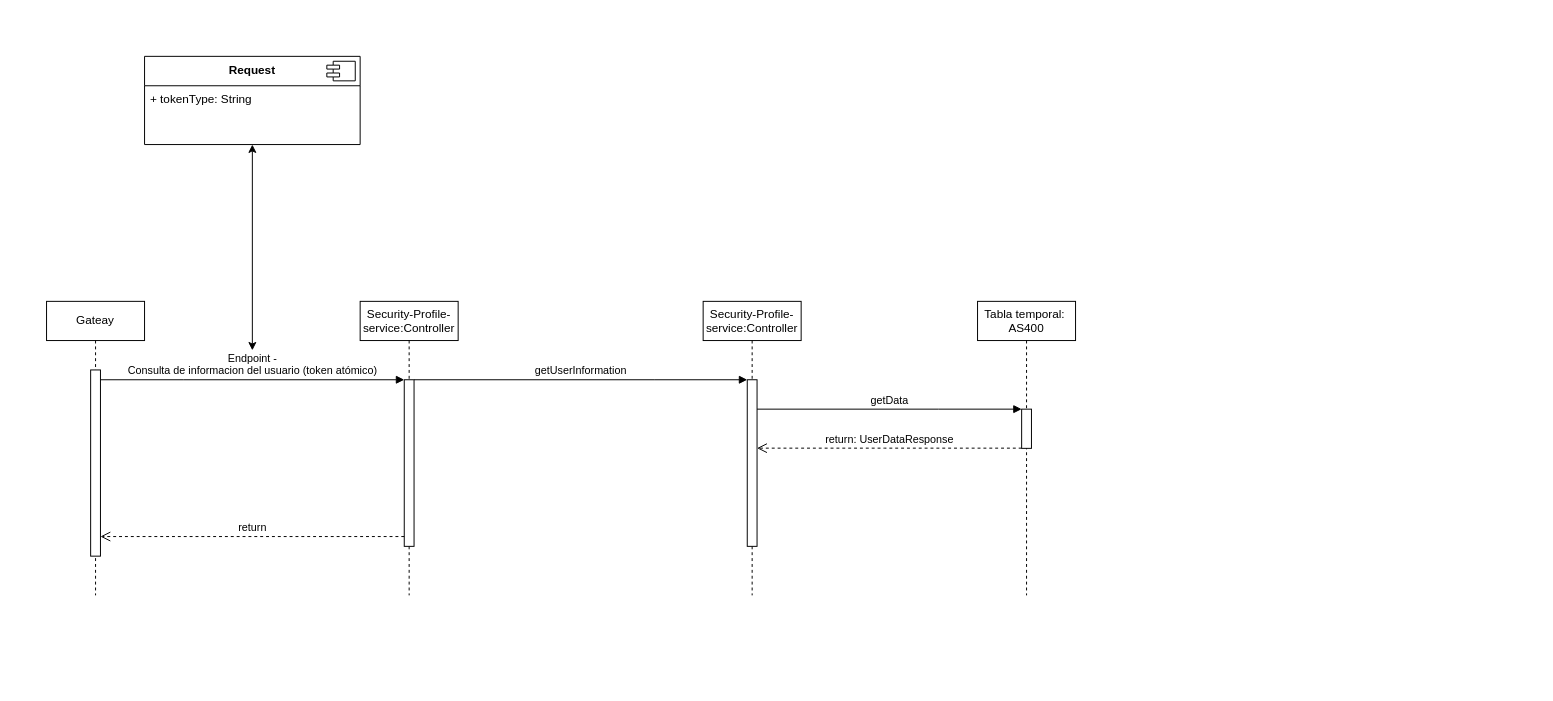
The draw.io diagram 3er endpoint - actuData.drawio in StevenGpByte/ActualizacionDatos, before the edit. Source tidied: cells renumbered, new cells numbered last; positions are measured from the earlier drawing's top-left corner, leaving out a move shared by most shapes. Both pictures are drawn from the tidied source at 98%, with x=0, y=0 at pixel (46, 56).
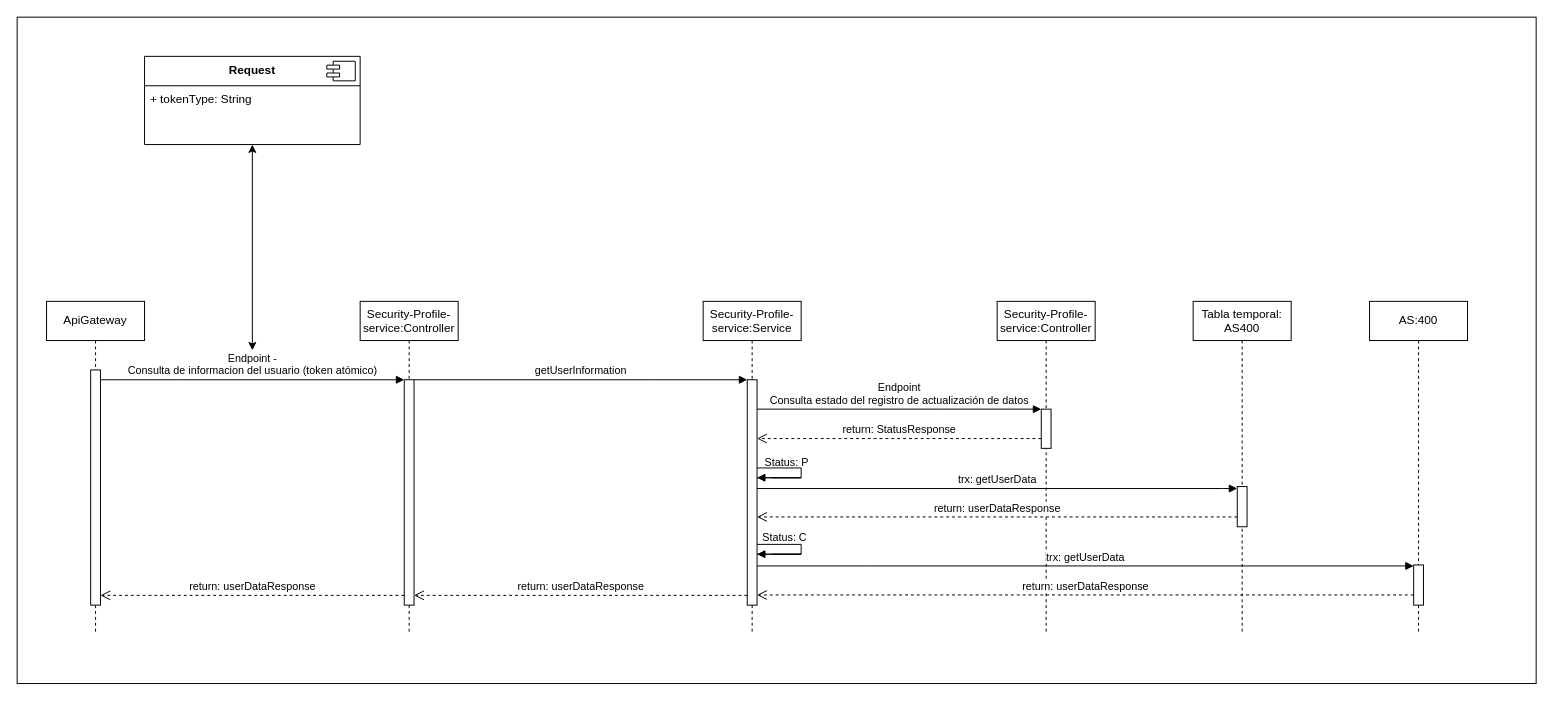
Above is the later version.

Unchanged cells that the change refers to:
```xml
<mxCell id="16" style="html=1;points=[];perimeter=orthogonalPerimeter;outlineConnect=0;targetShapes=umlLifeline;portConstraint=eastwest;newEdgeStyle={&quot;edgeStyle&quot;:&quot;elbowEdgeStyle&quot;,&quot;elbow&quot;:&quot;vertical&quot;,&quot;curved&quot;:0,&quot;rounded&quot;:0};" parent="15" vertex="1">
  <mxGeometry x="45" y="110" width="10" height="40" as="geometry" />
</mxCell>
```

Change to the diagram source:
```diff
@@
+    <mxCell id="19" style="rounded=0;whiteSpace=wrap;html=1;fontFamily=Helvetica;fontSize=11;fontColor=default;" parent="1" vertex="1">
+      <mxGeometry x="-30" y="-40" width="1550" height="680" as="geometry" />
+    </mxCell>
-    <mxCell id="2" value="Gateay" style="shape=umlLifeline;perimeter=lifelinePerimeter;whiteSpace=wrap;html=1;newEdgeStyle={&quot;edgeStyle&quot;:&quot;elbowEdgeStyle&quot;,&quot;elbow&quot;:&quot;vertical&quot;,&quot;curved&quot;:0,&quot;rounded&quot;:0};" parent="1" vertex="1">
-      <mxGeometry y="250" width="100" height="300" as="geometry" />
+    <mxCell id="2" value="ApiGateway" style="shape=umlLifeline;perimeter=lifelinePerimeter;whiteSpace=wrap;html=1;newEdgeStyle={&quot;edgeStyle&quot;:&quot;elbowEdgeStyle&quot;,&quot;elbow&quot;:&quot;vertical&quot;,&quot;curved&quot;:0,&quot;rounded&quot;:0};" parent="1" vertex="1">
+      <mxGeometry y="250" width="100" height="340" as="geometry" />
     </mxCell>
     <mxCell id="3" style="html=1;points=[];perimeter=orthogonalPerimeter;outlineConnect=0;targetShapes=umlLifeline;portConstraint=eastwest;newEdgeStyle={&quot;edgeStyle&quot;:&quot;elbowEdgeStyle&quot;,&quot;elbow&quot;:&quot;vertical&quot;,&quot;curved&quot;:0,&quot;rounded&quot;:0};" parent="2" vertex="1">
-      <mxGeometry x="45" y="70" width="10" height="190" as="geometry" />
+      <mxGeometry x="45" y="70" width="10" height="240" as="geometry" />
     </mxCell>
     <mxCell id="4" value="Security-Profile-service:Controller" style="shape=umlLifeline;perimeter=lifelinePerimeter;whiteSpace=wrap;html=1;newEdgeStyle={&quot;edgeStyle&quot;:&quot;elbowEdgeStyle&quot;,&quot;elbow&quot;:&quot;vertical&quot;,&quot;curved&quot;:0,&quot;rounded&quot;:0};" parent="1" vertex="1">
-      <mxGeometry x="320" y="250" width="100" height="300" as="geometry" />
+      <mxGeometry x="320" y="250" width="100" height="340" as="geometry" />
     </mxCell>
     <mxCell id="5" style="html=1;points=[];perimeter=orthogonalPerimeter;outlineConnect=0;targetShapes=umlLifeline;portConstraint=eastwest;newEdgeStyle={&quot;edgeStyle&quot;:&quot;elbowEdgeStyle&quot;,&quot;elbow&quot;:&quot;vertical&quot;,&quot;curved&quot;:0,&quot;rounded&quot;:0};" parent="4" vertex="1">
-      <mxGeometry x="45" y="80" width="10" height="170" as="geometry" />
+      <mxGeometry x="45" y="80" width="10" height="230" as="geometry" />
     </mxCell>
@@
-    <mxCell id="7" value="return" style="html=1;verticalAlign=bottom;endArrow=open;dashed=1;endSize=8;edgeStyle=elbowEdgeStyle;elbow=vertical;curved=0;rounded=0;" parent="1" edge="1" source="5" target="3">
+    <mxCell id="7" value="return: userDataResponse" style="html=1;verticalAlign=bottom;endArrow=open;dashed=1;endSize=8;edgeStyle=elbowEdgeStyle;elbow=vertical;curved=0;rounded=0;" parent="1" edge="1" source="5" target="3">
       <mxGeometry relative="1" as="geometry">
         <Array as="points">
+          <mxPoint x="270" y="550" />
           <mxPoint x="150" y="490" />
         </Array>
       </mxGeometry>
     </mxCell>
@@
-    <mxCell id="12" value="Security-Profile-service:Controller" style="shape=umlLifeline;perimeter=lifelinePerimeter;whiteSpace=wrap;html=1;newEdgeStyle={&quot;edgeStyle&quot;:&quot;elbowEdgeStyle&quot;,&quot;elbow&quot;:&quot;vertical&quot;,&quot;curved&quot;:0,&quot;rounded&quot;:0};" parent="1" vertex="1">
-      <mxGeometry x="670" y="250" width="100" height="300" as="geometry" />
+    <mxCell id="12" value="Security-Profile-service:Service" style="shape=umlLifeline;perimeter=lifelinePerimeter;whiteSpace=wrap;html=1;newEdgeStyle={&quot;edgeStyle&quot;:&quot;elbowEdgeStyle&quot;,&quot;elbow&quot;:&quot;vertical&quot;,&quot;curved&quot;:0,&quot;rounded&quot;:0};" parent="1" vertex="1">
+      <mxGeometry x="670" y="250" width="100" height="340" as="geometry" />
     </mxCell>
     <mxCell id="13" style="html=1;points=[];perimeter=orthogonalPerimeter;outlineConnect=0;targetShapes=umlLifeline;portConstraint=eastwest;newEdgeStyle={&quot;edgeStyle&quot;:&quot;elbowEdgeStyle&quot;,&quot;elbow&quot;:&quot;vertical&quot;,&quot;curved&quot;:0,&quot;rounded&quot;:0};" parent="12" vertex="1">
-      <mxGeometry x="45" y="80" width="10" height="170" as="geometry" />
+      <mxGeometry x="45" y="80" width="10" height="230" as="geometry" />
     </mxCell>
+    <mxCell id="20" style="endArrow=none;html=1;rounded=0;labelBackgroundColor=default;strokeColor=default;align=center;verticalAlign=middle;fontFamily=Helvetica;fontSize=11;fontColor=default;curved=0;elbow=vertical;" parent="12" edge="1" target="13">
+      <mxGeometry relative="1" as="geometry">
+        <mxPoint x="55" y="170" as="sourcePoint" />
+        <Array as="points">
+          <mxPoint x="100" y="170" />
+          <mxPoint x="100" y="180" />
+          <mxPoint x="80" y="180" />
+        </Array>
+      </mxGeometry>
+    </mxCell>
@@
-    <mxCell id="15" value="Tabla temporal:&amp;nbsp;&lt;br&gt;AS400" style="shape=umlLifeline;perimeter=lifelinePerimeter;whiteSpace=wrap;html=1;newEdgeStyle={&quot;edgeStyle&quot;:&quot;elbowEdgeStyle&quot;,&quot;elbow&quot;:&quot;vertical&quot;,&quot;curved&quot;:0,&quot;rounded&quot;:0};" parent="1" vertex="1">
-      <mxGeometry x="950" y="250" width="100" height="300" as="geometry" />
+    <mxCell id="15" value="Security-Profile-service:Controller" style="shape=umlLifeline;perimeter=lifelinePerimeter;whiteSpace=wrap;html=1;newEdgeStyle={&quot;edgeStyle&quot;:&quot;elbowEdgeStyle&quot;,&quot;elbow&quot;:&quot;vertical&quot;,&quot;curved&quot;:0,&quot;rounded&quot;:0};" parent="1" vertex="1">
+      <mxGeometry x="970" y="250" width="100" height="340" as="geometry" />
     </mxCell>
@@
-    <mxCell id="17" value="getData" style="html=1;verticalAlign=bottom;endArrow=block;edgeStyle=elbowEdgeStyle;elbow=vertical;curved=0;rounded=0;" parent="1" edge="1" source="13" target="16">
+    <mxCell id="17" value="Endpoint&lt;br&gt;Consulta estado del registro de actualización de datos" style="html=1;verticalAlign=bottom;endArrow=block;edgeStyle=elbowEdgeStyle;elbow=vertical;curved=0;rounded=0;" parent="1" edge="1" source="13" target="16">
       <mxGeometry relative="1" as="geometry">
         <Array as="points">
           <mxPoint x="910" y="360" />
           <mxPoint x="895" y="370" />
           <mxPoint x="665" y="400" />
         </Array>
       </mxGeometry>
     </mxCell>
-    <mxCell id="18" value="return: UserDataResponse" style="html=1;verticalAlign=bottom;endArrow=open;dashed=1;endSize=8;edgeStyle=elbowEdgeStyle;elbow=vertical;curved=0;rounded=0;" parent="1" edge="1" source="16" target="13">
+    <mxCell id="18" value="return: StatusResponse" style="html=1;verticalAlign=bottom;endArrow=open;dashed=1;endSize=8;edgeStyle=elbowEdgeStyle;elbow=vertical;curved=0;rounded=0;" parent="1" edge="1" source="16" target="13">
       <mxGeometry relative="1" as="geometry">
         <Array as="points">
+          <mxPoint x="950" y="390" />
+          <mxPoint x="980" y="380" />
+          <mxPoint x="950" y="390" />
           <mxPoint x="855" y="399.8" />
         </Array>
       </mxGeometry>
     </mxCell>
+    <mxCell id="21" style="html=1;verticalAlign=bottom;endArrow=block;edgeStyle=elbowEdgeStyle;elbow=vertical;curved=0;rounded=0;" parent="1" edge="1">
+      <mxGeometry relative="1" as="geometry">
+        <mxPoint x="740" y="430" as="sourcePoint" />
+        <mxPoint x="725" y="430" as="targetPoint" />
+        <Array as="points">
+          <mxPoint x="770" y="430" />
+          <mxPoint x="760" y="460" />
+        </Array>
+      </mxGeometry>
+    </mxCell>
+    <mxCell id="22" value="Status: P" style="text;html=1;align=center;verticalAlign=middle;strokeColor=none;fillColor=none;fontSize=11;fontFamily=Helvetica;fontColor=default;" parent="1" vertex="1">
+      <mxGeometry x="720" y="400" width="70" height="30" as="geometry" />
+    </mxCell>
+    <mxCell id="23" value="Tabla temporal: AS400" style="shape=umlLifeline;perimeter=lifelinePerimeter;whiteSpace=wrap;html=1;newEdgeStyle={&quot;edgeStyle&quot;:&quot;elbowEdgeStyle&quot;,&quot;elbow&quot;:&quot;vertical&quot;,&quot;curved&quot;:0,&quot;rounded&quot;:0};" parent="1" vertex="1">
+      <mxGeometry x="1170" y="250" width="100" height="340" as="geometry" />
+    </mxCell>
+    <mxCell id="24" style="html=1;points=[];perimeter=orthogonalPerimeter;outlineConnect=0;targetShapes=umlLifeline;portConstraint=eastwest;newEdgeStyle={&quot;edgeStyle&quot;:&quot;elbowEdgeStyle&quot;,&quot;elbow&quot;:&quot;vertical&quot;,&quot;curved&quot;:0,&quot;rounded&quot;:0};" parent="23" vertex="1">
+      <mxGeometry x="45" y="189" width="10" height="41" as="geometry" />
+    </mxCell>
+    <mxCell id="25" value="trx: getUserData" style="html=1;verticalAlign=bottom;endArrow=block;edgeStyle=elbowEdgeStyle;elbow=vertical;curved=0;rounded=0;" parent="1" edge="1" target="24">
+      <mxGeometry relative="1" as="geometry">
+        <mxPoint x="725" y="441" as="sourcePoint" />
+        <Array as="points">
+          <mxPoint x="1200" y="441" />
+          <mxPoint x="925" y="451" />
+          <mxPoint x="910" y="461" />
+          <mxPoint x="680" y="491" />
+        </Array>
+      </mxGeometry>
+    </mxCell>
+    <mxCell id="26" value="return: userDataResponse" style="html=1;verticalAlign=bottom;endArrow=open;dashed=1;endSize=8;edgeStyle=elbowEdgeStyle;elbow=vertical;curved=0;rounded=0;" parent="1" edge="1" source="24" target="13">
+      <mxGeometry relative="1" as="geometry">
+        <Array as="points">
+          <mxPoint x="1030" y="470" />
+          <mxPoint x="1195" y="480" />
+          <mxPoint x="1225" y="470" />
+          <mxPoint x="1195" y="480" />
+          <mxPoint x="1100" y="489.8" />
+        </Array>
+      </mxGeometry>
+    </mxCell>
+    <mxCell id="27" style="endArrow=none;html=1;rounded=0;labelBackgroundColor=default;strokeColor=default;align=center;verticalAlign=middle;fontFamily=Helvetica;fontSize=11;fontColor=default;curved=0;elbow=vertical;" parent="1" edge="1">
+      <mxGeometry relative="1" as="geometry">
+        <mxPoint x="725" y="498" as="sourcePoint" />
+        <mxPoint x="725" y="508" as="targetPoint" />
+        <Array as="points">
+          <mxPoint x="770" y="498" />
+          <mxPoint x="770" y="508" />
+          <mxPoint x="750" y="508" />
+        </Array>
+      </mxGeometry>
+    </mxCell>
+    <mxCell id="28" style="html=1;verticalAlign=bottom;endArrow=block;edgeStyle=elbowEdgeStyle;elbow=vertical;curved=0;rounded=0;" parent="1" edge="1">
+      <mxGeometry relative="1" as="geometry">
+        <mxPoint x="740" y="508" as="sourcePoint" />
+        <mxPoint x="725" y="508" as="targetPoint" />
+        <Array as="points">
+          <mxPoint x="770" y="508" />
+          <mxPoint x="760" y="538" />
+        </Array>
+      </mxGeometry>
+    </mxCell>
+    <mxCell id="29" value="Status: C" style="text;html=1;align=center;verticalAlign=middle;strokeColor=none;fillColor=none;fontSize=11;fontFamily=Helvetica;fontColor=default;" parent="1" vertex="1">
+      <mxGeometry x="718" y="476" width="70" height="30" as="geometry" />
+    </mxCell>
+    <mxCell id="30" value="AS:400" style="shape=umlLifeline;perimeter=lifelinePerimeter;whiteSpace=wrap;html=1;newEdgeStyle={&quot;edgeStyle&quot;:&quot;elbowEdgeStyle&quot;,&quot;elbow&quot;:&quot;vertical&quot;,&quot;curved&quot;:0,&quot;rounded&quot;:0};" parent="1" vertex="1">
+      <mxGeometry x="1350" y="250" width="100" height="340" as="geometry" />
+    </mxCell>
+    <mxCell id="31" style="html=1;points=[];perimeter=orthogonalPerimeter;outlineConnect=0;targetShapes=umlLifeline;portConstraint=eastwest;newEdgeStyle={&quot;edgeStyle&quot;:&quot;elbowEdgeStyle&quot;,&quot;elbow&quot;:&quot;vertical&quot;,&quot;curved&quot;:0,&quot;rounded&quot;:0};" parent="30" vertex="1">
+      <mxGeometry x="45" y="269" width="10" height="41" as="geometry" />
+    </mxCell>
+    <mxCell id="32" value="trx: getUserData" style="html=1;verticalAlign=bottom;endArrow=block;edgeStyle=elbowEdgeStyle;elbow=vertical;curved=0;rounded=0;" parent="1" edge="1" source="13" target="31">
+      <mxGeometry relative="1" as="geometry">
+        <Array as="points">
+          <mxPoint x="840" y="520" />
+          <mxPoint x="1215" y="530" />
+          <mxPoint x="940" y="540" />
+          <mxPoint x="925" y="550" />
+          <mxPoint x="695" y="580" />
+        </Array>
+      </mxGeometry>
+    </mxCell>
+    <mxCell id="33" value="return: userDataResponse" style="html=1;verticalAlign=bottom;endArrow=open;dashed=1;endSize=8;edgeStyle=elbowEdgeStyle;elbow=vertical;curved=0;rounded=0;" parent="1" edge="1" source="31" target="13">
+      <mxGeometry relative="1" as="geometry">
+        <Array as="points">
+          <mxPoint x="1205" y="549.6" />
+          <mxPoint x="1370" y="559.6" />
+          <mxPoint x="1400" y="549.6" />
+          <mxPoint x="1370" y="559.6" />
+          <mxPoint x="1275" y="569.4" />
+        </Array>
+      </mxGeometry>
+    </mxCell>
+    <mxCell id="34" value="return: userDataResponse" style="html=1;verticalAlign=bottom;endArrow=open;dashed=1;endSize=8;edgeStyle=elbowEdgeStyle;elbow=vertical;curved=0;rounded=0;" parent="1" edge="1" source="13" target="5">
+      <mxGeometry relative="1" as="geometry">
+        <Array as="points">
+          <mxPoint x="485" y="550" />
+        </Array>
+      </mxGeometry>
+    </mxCell>
```
